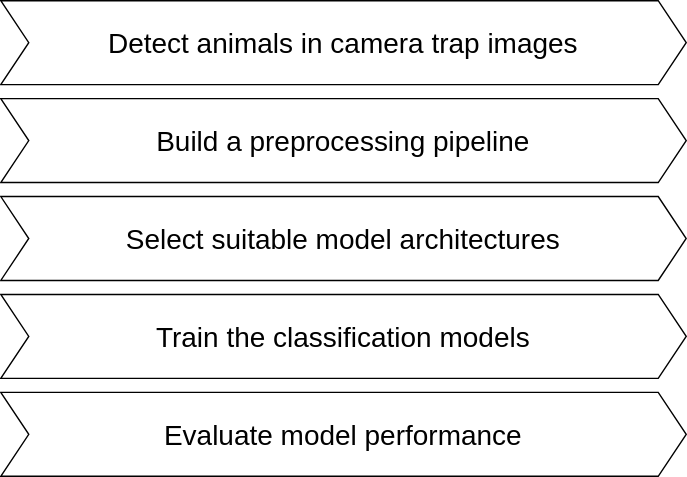
Before: presentation/images/objectives.svg, a diagram exported from draw.io (juliankraft/BachelorThesis). Source tidied: cells renumbered, new cells last; positions are measured from the earlier drawing's top-left corner, leaving out a move shared by most shapes.
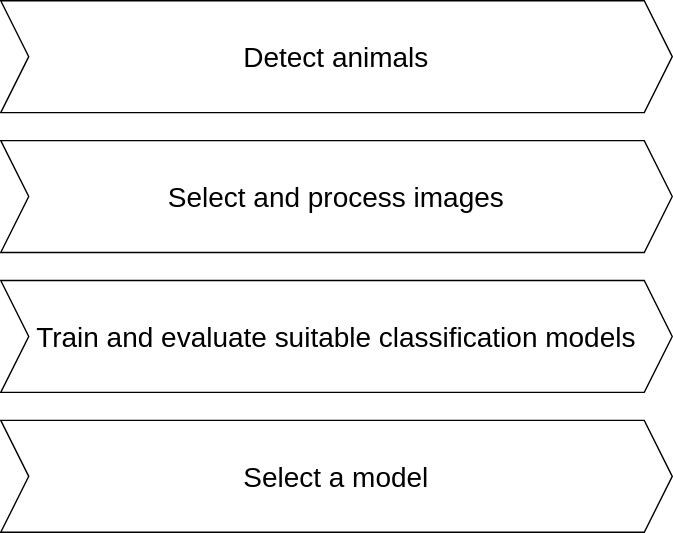
Above is the later version.

The edit, as a diff of the source:
```diff
@@ -2,20 +2,17 @@
   <root>
     <mxCell id="0" />
     <mxCell id="1" parent="0" />
-    <mxCell id="2" value="&lt;span style=&quot;font-size: 20px;&quot;&gt;Detect animals in camera trap images&lt;/span&gt;" style="shape=step;perimeter=stepPerimeter;whiteSpace=wrap;html=1;fixedSize=1;" parent="1" vertex="1">
-      <mxGeometry width="490" height="60" as="geometry" />
+    <mxCell id="2" value="&lt;span style=&quot;font-size: 20px;&quot;&gt;Detect animals&lt;/span&gt;" style="shape=step;perimeter=stepPerimeter;whiteSpace=wrap;html=1;fixedSize=1;" parent="1" vertex="1">
+      <mxGeometry x="760" y="260" width="480" height="80" as="geometry" />
     </mxCell>
-    <mxCell id="3" value="&lt;span style=&quot;font-size: 20px;&quot;&gt;Build a preprocessing pipeline&lt;/span&gt;" style="shape=step;perimeter=stepPerimeter;whiteSpace=wrap;html=1;fixedSize=1;" parent="1" vertex="1">
-      <mxGeometry y="70" width="490" height="60" as="geometry" />
+    <mxCell id="3" value="&lt;span style=&quot;font-size: 20px;&quot;&gt;Train and evaluate suitable classification models&lt;/span&gt;" style="shape=step;perimeter=stepPerimeter;whiteSpace=wrap;html=1;fixedSize=1;" parent="1" vertex="1">
+      <mxGeometry x="760" y="460" width="480" height="80" as="geometry" />
     </mxCell>
-    <mxCell id="4" value="&lt;span style=&quot;font-size: 20px;&quot;&gt;Select suitable model architectures&lt;/span&gt;" style="shape=step;perimeter=stepPerimeter;whiteSpace=wrap;html=1;fixedSize=1;" parent="1" vertex="1">
-      <mxGeometry y="140" width="490" height="60" as="geometry" />
+    <mxCell id="4" value="&lt;span style=&quot;font-size: 20px;&quot;&gt;Select a model&lt;/span&gt;" style="shape=step;perimeter=stepPerimeter;whiteSpace=wrap;html=1;fixedSize=1;" parent="1" vertex="1">
+      <mxGeometry x="760" y="560" width="480" height="80" as="geometry" />
     </mxCell>
-    <mxCell id="5" value="&lt;span style=&quot;font-size: 20px;&quot;&gt;Train the classification models&lt;/span&gt;" style="shape=step;perimeter=stepPerimeter;whiteSpace=wrap;html=1;fixedSize=1;" parent="1" vertex="1">
-      <mxGeometry y="210" width="490" height="60" as="geometry" />
+    <mxCell id="5" value="&lt;span style=&quot;font-size: 20px;&quot;&gt;Select and process images&lt;/span&gt;" style="shape=step;perimeter=stepPerimeter;whiteSpace=wrap;html=1;fixedSize=1;" parent="1" vertex="1">
+      <mxGeometry x="760" y="360" width="480" height="80" as="geometry" />
     </mxCell>
-    <mxCell id="6" value="&lt;span style=&quot;font-size: 20px;&quot;&gt;Evaluate model performance&lt;/span&gt;" style="shape=step;perimeter=stepPerimeter;whiteSpace=wrap;html=1;fixedSize=1;" parent="1" vertex="1">
-      <mxGeometry y="280" width="490" height="60" as="geometry" />
-    </mxCell>
   </root>
 </mxGraphModel>
```
